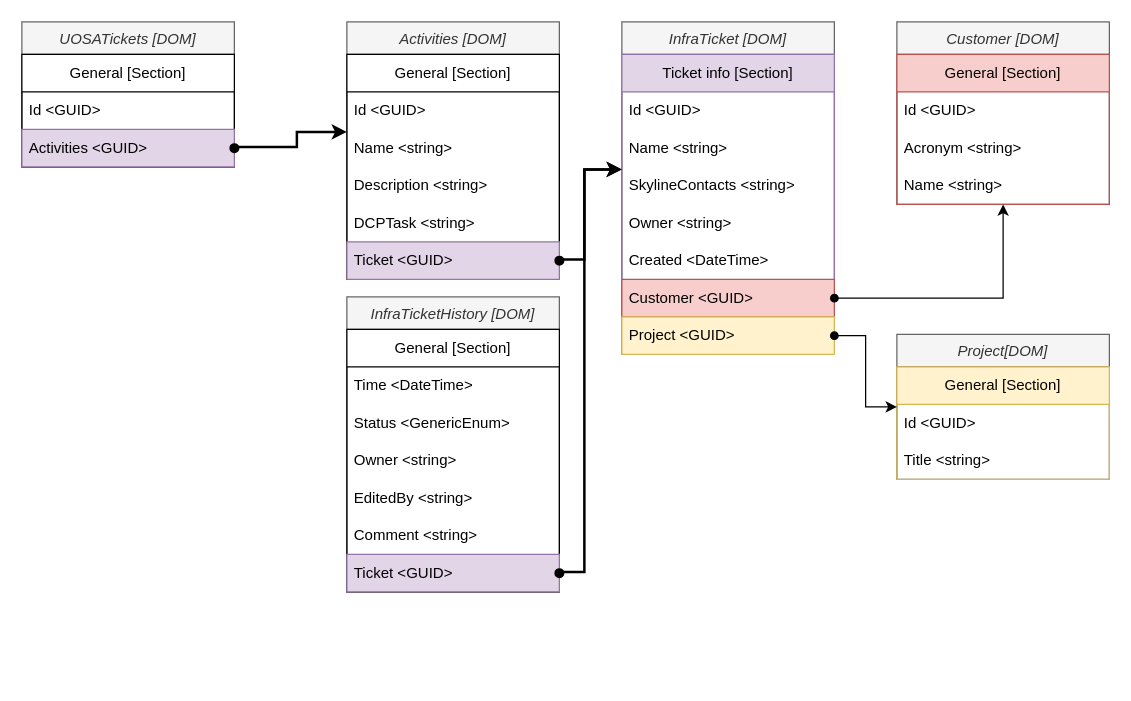
jarnevynckier/DOM_Design keeps this draw.io diagram as DOM_Design.drawio. Above is the earlier version. Source tidied: cells renumbered, new cells numbered last; positions are measured from the earlier drawing's top-left corner, leaving out a move shared by most shapes. Both pictures are drawn from the tidied source at 125%, with x=0, y=0 at pixel (21, 21).
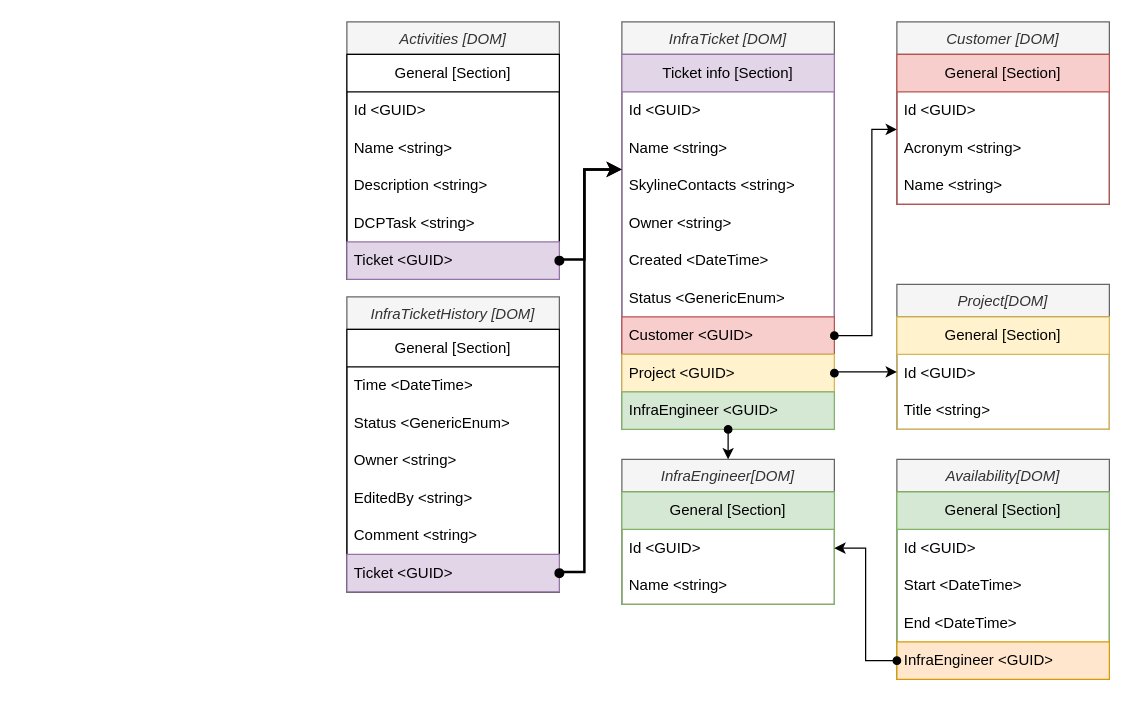
Above is the later version.

Unchanged cells that the change refers to:
```xml
<mxCell id="11" value="Activities [DOM]" style="swimlane;fontStyle=2;align=center;verticalAlign=top;horizontal=1;startSize=26;rounded=0;shadow=0;strokeWidth=1;fillColor=#f5f5f5;fontColor=#333333;strokeColor=#666666;" parent="1" vertex="1">
  <mxGeometry x="260" width="170" height="206" as="geometry" />
</mxCell>
<mxCell id="25" value="General [Section]" style="swimlane;fontStyle=0;horizontal=1;startSize=30;whiteSpace=wrap;html=1;fillColor=#f8cecc;strokeColor=#b85450;" parent="24" vertex="1">
  <mxGeometry y="26" width="170" height="120" as="geometry" />
</mxCell>
```

The edit, as a diff of the source:
```diff
@@
     <mxCell id="2" value="InfraTicket [DOM]" style="swimlane;fontStyle=2;align=center;verticalAlign=top;horizontal=1;startSize=26;rounded=0;shadow=0;strokeWidth=1;fillColor=#f5f5f5;fontColor=#333333;strokeColor=#666666;perimeterSpacing=0;" parent="1" vertex="1">
-      <mxGeometry x="480" width="170" height="266" as="geometry" />
+      <mxGeometry x="480" width="170" height="326" as="geometry" />
     </mxCell>
     <mxCell id="3" value="Ticket info [Section]" style="swimlane;fontStyle=0;horizontal=1;startSize=30;whiteSpace=wrap;html=1;fillColor=#e1d5e7;strokeColor=#9673a6;" parent="2" vertex="1">
-      <mxGeometry y="26" width="170" height="240" as="geometry" />
+      <mxGeometry y="26" width="170" height="300" as="geometry" />
     </mxCell>
@@
+    <mxCell id="44" value="Status &amp;lt;GenericEnum&amp;gt;" style="text;strokeColor=none;fillColor=none;align=left;verticalAlign=middle;spacingLeft=4;spacingRight=4;overflow=hidden;whiteSpace=wrap;html=1;" parent="3" vertex="1">
+      <mxGeometry y="180" width="170" height="30" as="geometry" />
+    </mxCell>
     <mxCell id="9" value="Customer &amp;lt;GUID&amp;gt;" style="text;strokeColor=#b85450;fillColor=#f8cecc;align=left;verticalAlign=middle;spacingLeft=4;spacingRight=4;overflow=hidden;points=[[0,0.5],[1,0.5]];portConstraint=eastwest;whiteSpace=wrap;html=1;" parent="3" vertex="1">
-      <mxGeometry y="180" width="170" height="30" as="geometry" />
+      <mxGeometry y="210" width="170" height="30" as="geometry" />
     </mxCell>
     <mxCell id="10" value="Project &amp;lt;GUID&amp;gt;" style="text;strokeColor=#d6b656;fillColor=#fff2cc;align=left;verticalAlign=middle;spacingLeft=4;spacingRight=4;overflow=hidden;points=[[0,0.5],[1,0.5]];portConstraint=eastwest;whiteSpace=wrap;html=1;" parent="3" vertex="1">
-      <mxGeometry y="210" width="170" height="30" as="geometry" />
+      <mxGeometry y="240" width="170" height="30" as="geometry" />
     </mxCell>
+    <mxCell id="45" value="InfraEngineer &amp;lt;GUID&amp;gt;" style="text;strokeColor=#82b366;fillColor=#d5e8d4;align=left;verticalAlign=middle;spacingLeft=4;spacingRight=4;overflow=hidden;whiteSpace=wrap;html=1;" parent="3" vertex="1">
+      <mxGeometry y="270" width="170" height="30" as="geometry" />
+    </mxCell>
@@
-    <mxCell id="18" value="UOSATickets [DOM]" style="swimlane;fontStyle=2;align=center;verticalAlign=top;horizontal=1;startSize=26;rounded=0;shadow=0;strokeWidth=1;fillColor=#f5f5f5;fontColor=#333333;strokeColor=#666666;" parent="1" vertex="1">
-      <mxGeometry width="170" height="116" as="geometry" />
-    </mxCell>
-    <mxCell id="19" value="General [Section]" style="swimlane;fontStyle=0;horizontal=1;startSize=30;whiteSpace=wrap;html=1;" parent="18" vertex="1">
-      <mxGeometry y="26" width="170" height="90" as="geometry" />
-    </mxCell>
-    <mxCell id="20" value="Id &amp;lt;GUID&amp;gt;" style="text;strokeColor=none;fillColor=none;align=left;verticalAlign=middle;spacingLeft=4;spacingRight=4;overflow=hidden;whiteSpace=wrap;html=1;" parent="19" vertex="1">
-      <mxGeometry y="30" width="170" height="30" as="geometry" />
-    </mxCell>
-    <mxCell id="21" value="Activities &amp;lt;GUID&amp;gt;" style="text;strokeColor=#9673a6;fillColor=#e1d5e7;align=left;verticalAlign=middle;spacingLeft=4;spacingRight=4;overflow=hidden;points=[[0,0.5],[1,0.5]];portConstraint=eastwest;whiteSpace=wrap;html=1;" parent="19" vertex="1">
-      <mxGeometry y="60" width="170" height="30" as="geometry" />
-    </mxCell>
@@
-    <mxCell id="23" style="edgeStyle=orthogonalEdgeStyle;rounded=0;jettySize=auto;html=1;exitX=1;exitY=0.5;exitDx=0;exitDy=0;strokeWidth=2;startArrow=oval;startFill=1;" parent="1" edge="1" source="21" target="11">
-      <mxGeometry relative="1" as="geometry">
-        <Array as="points">
-          <mxPoint x="170" y="100" />
-          <mxPoint x="220" y="100" />
-          <mxPoint x="220" y="88" />
-        </Array>
-      </mxGeometry>
-    </mxCell>
@@
     <mxCell id="29" style="edgeStyle=orthogonalEdgeStyle;rounded=0;jettySize=auto;html=1;exitX=1;exitY=0.5;exitDx=0;exitDy=0;strokeWidth=1;startArrow=oval;startFill=1;" parent="1" edge="1" source="9" target="25">
-      <mxGeometry relative="1" as="geometry" />
+      <mxGeometry relative="1" as="geometry">
+        <Array as="points">
+          <mxPoint x="680" y="251" />
+          <mxPoint x="680" y="86" />
+        </Array>
+      </mxGeometry>
     </mxCell>
     <mxCell id="30" value="Project[DOM]" style="swimlane;fontStyle=2;align=center;verticalAlign=top;horizontal=1;startSize=26;rounded=0;shadow=0;strokeWidth=1;fillColor=#f5f5f5;fontColor=#333333;strokeColor=#666666;" parent="1" vertex="1">
-      <mxGeometry x="700" y="250" width="170" height="116" as="geometry" />
+      <mxGeometry x="700" y="210" width="170" height="116" as="geometry" />
     </mxCell>
@@
     <mxCell id="34" style="edgeStyle=orthogonalEdgeStyle;rounded=0;jettySize=auto;html=1;exitX=1;exitY=0.5;exitDx=0;exitDy=0;startArrow=oval;startFill=1;" parent="1" edge="1" source="10" target="30">
-      <mxGeometry relative="1" as="geometry" />
+      <mxGeometry relative="1" as="geometry">
+        <Array as="points">
+          <mxPoint x="680" y="280" />
+          <mxPoint x="680" y="280" />
+        </Array>
+      </mxGeometry>
     </mxCell>
@@
+    <mxCell id="46" value="Availability[DOM]" style="swimlane;fontStyle=2;align=center;verticalAlign=top;horizontal=1;startSize=26;rounded=0;shadow=0;strokeWidth=1;fillColor=#f5f5f5;fontColor=#333333;strokeColor=#666666;" parent="1" vertex="1">
+      <mxGeometry x="700" y="350" width="170" height="176" as="geometry" />
+    </mxCell>
+    <mxCell id="47" value="General [Section]" style="swimlane;fontStyle=0;horizontal=1;startSize=30;whiteSpace=wrap;html=1;fillColor=#d5e8d4;strokeColor=#82b366;" parent="46" vertex="1">
+      <mxGeometry y="26" width="170" height="150" as="geometry" />
+    </mxCell>
+    <mxCell id="48" value="Id &amp;lt;GUID&amp;gt;" style="text;strokeColor=none;fillColor=none;align=left;verticalAlign=middle;spacingLeft=4;spacingRight=4;overflow=hidden;whiteSpace=wrap;html=1;" parent="47" vertex="1">
+      <mxGeometry y="30" width="170" height="30" as="geometry" />
+    </mxCell>
+    <mxCell id="49" value="Start &amp;lt;DateTime&amp;gt;" style="text;align=left;verticalAlign=middle;spacingLeft=4;spacingRight=4;overflow=hidden;whiteSpace=wrap;html=1;" parent="47" vertex="1">
+      <mxGeometry y="60" width="170" height="30" as="geometry" />
+    </mxCell>
+    <mxCell id="50" value="End &amp;lt;DateTime&amp;gt;" style="text;align=left;verticalAlign=middle;spacingLeft=4;spacingRight=4;overflow=hidden;whiteSpace=wrap;html=1;" parent="47" vertex="1">
+      <mxGeometry y="90" width="170" height="30" as="geometry" />
+    </mxCell>
+    <mxCell id="51" value="InfraEngineer &amp;lt;GUID&amp;gt;" style="text;align=left;verticalAlign=middle;spacingLeft=4;spacingRight=4;overflow=hidden;points=[[0,0.5],[1,0.5]];portConstraint=eastwest;whiteSpace=wrap;html=1;fillColor=#ffe6cc;strokeColor=#d79b00;" parent="47" vertex="1">
+      <mxGeometry y="120" width="170" height="30" as="geometry" />
+    </mxCell>
+    <mxCell id="52" value="InfraEngineer[DOM]" style="swimlane;fontStyle=2;align=center;verticalAlign=top;horizontal=1;startSize=26;rounded=0;shadow=0;strokeWidth=1;fillColor=#f5f5f5;fontColor=#333333;strokeColor=#666666;" parent="1" vertex="1">
+      <mxGeometry x="480" y="350" width="170" height="116" as="geometry" />
+    </mxCell>
+    <mxCell id="53" value="General [Section]" style="swimlane;fontStyle=0;horizontal=1;startSize=30;whiteSpace=wrap;html=1;fillColor=#d5e8d4;strokeColor=#82b366;" parent="52" vertex="1">
+      <mxGeometry y="26" width="170" height="90" as="geometry" />
+    </mxCell>
+    <mxCell id="54" value="Id &amp;lt;GUID&amp;gt;" style="text;strokeColor=none;fillColor=none;align=left;verticalAlign=middle;spacingLeft=4;spacingRight=4;overflow=hidden;points=[[0,0.5],[1,0.5]];portConstraint=eastwest;whiteSpace=wrap;html=1;" parent="53" vertex="1">
+      <mxGeometry y="30" width="170" height="30" as="geometry" />
+    </mxCell>
+    <mxCell id="55" value="Name &amp;lt;string&amp;gt;" style="text;align=left;verticalAlign=middle;spacingLeft=4;spacingRight=4;overflow=hidden;whiteSpace=wrap;html=1;" parent="53" vertex="1">
+      <mxGeometry y="60" width="170" height="30" as="geometry" />
+    </mxCell>
+    <mxCell id="56" style="edgeStyle=orthogonalEdgeStyle;rounded=0;jettySize=auto;html=1;exitX=0.5;exitY=1;exitDx=0;exitDy=0;entryX=0.5;entryY=0;entryDx=0;entryDy=0;startArrow=oval;startFill=1;" parent="1" edge="1" source="3" target="52">
+      <mxGeometry relative="1" as="geometry" />
+    </mxCell>
+    <mxCell id="57" style="edgeStyle=orthogonalEdgeStyle;rounded=0;jettySize=auto;html=1;entryX=1;entryY=0.5;entryDx=0;entryDy=0;startArrow=oval;startFill=1;" parent="1" edge="1" source="51" target="54">
+      <mxGeometry relative="1" as="geometry" />
+    </mxCell>
```
